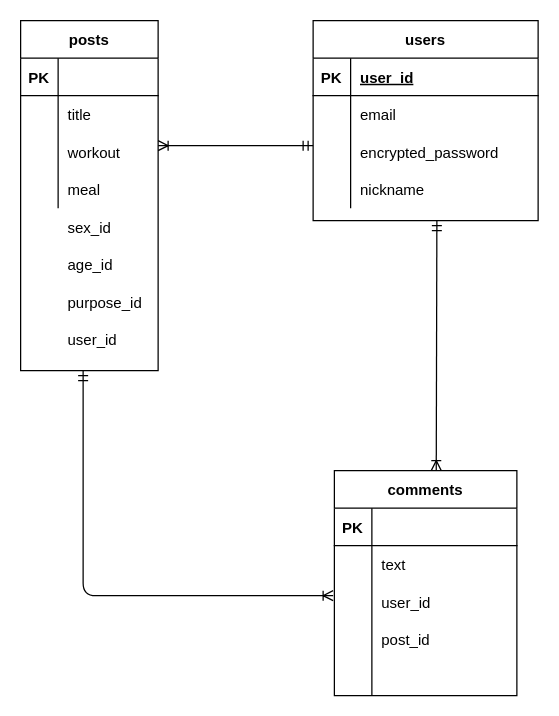
This is edf.dio from gorotakeda/plus_ultra, a draw.io file, before an edit. Source tidied: cells renumbered, new cells numbered last; positions are measured from the earlier drawing's top-left corner, leaving out a move shared by most shapes. Both pictures are drawn from the tidied source at 125%, with x=0, y=0 at pixel (20, 20).
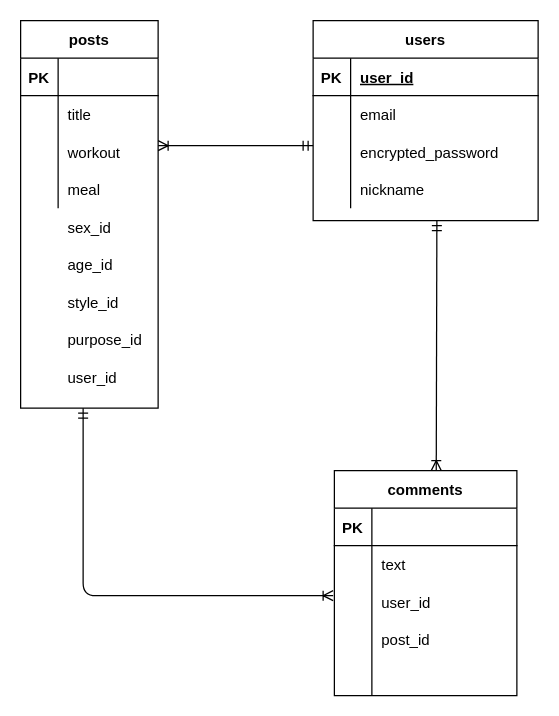
Above is the later version.

Commit message (it also covers changes not shown here):
テーブル設計の変更

Diff of the diagram source:
```diff
@@
     <mxCell id="15" value="posts" style="shape=table;startSize=30;childLayout=tableLayout;rowLines=0;fontStyle=1;align=center;" parent="1" vertex="1">
-      <mxGeometry width="110" height="280" as="geometry" />
+      <mxGeometry width="110" height="310" as="geometry" />
     </mxCell>
@@
     <mxCell id="47" style="edgeStyle=elbowEdgeStyle;fontSize=12;html=1;endArrow=ERoneToMany;startArrow=ERmandOne;elbow=vertical;" parent="1" edge="1">
       <mxGeometry relative="1" as="geometry">
-        <mxPoint x="50" y="280" as="sourcePoint" />
+        <mxPoint x="50" y="310" as="sourcePoint" />
         <mxPoint x="250" y="460" as="targetPoint" />
         <Array as="points">
           <mxPoint x="60" y="460" />
         </Array>
       </mxGeometry>
     </mxCell>
     <mxCell id="48" value="purpose_id" style="shape=partialRectangle;fillColor=none;top=0;left=0;bottom=0;right=0;align=left;spacingLeft=6;overflow=hidden;" parent="1" vertex="1">
-      <mxGeometry x="30" y="210" width="80" height="30" as="geometry" />
+      <mxGeometry x="30" y="240" width="80" height="30" as="geometry" />
     </mxCell>
     <mxCell id="49" value="user_id" style="shape=partialRectangle;fillColor=none;top=0;left=0;bottom=0;right=0;align=left;spacingLeft=6;overflow=hidden;" parent="1" vertex="1">
-      <mxGeometry x="30" y="240" width="60" height="30" as="geometry" />
+      <mxGeometry x="30" y="270" width="60" height="30" as="geometry" />
     </mxCell>
@@
+    <mxCell id="52" value="style_id" style="shape=partialRectangle;fillColor=none;top=0;left=0;bottom=0;right=0;align=left;spacingLeft=6;overflow=hidden;" parent="1" vertex="1">
+      <mxGeometry x="30" y="210" width="60" height="30" as="geometry" />
+    </mxCell>
```
